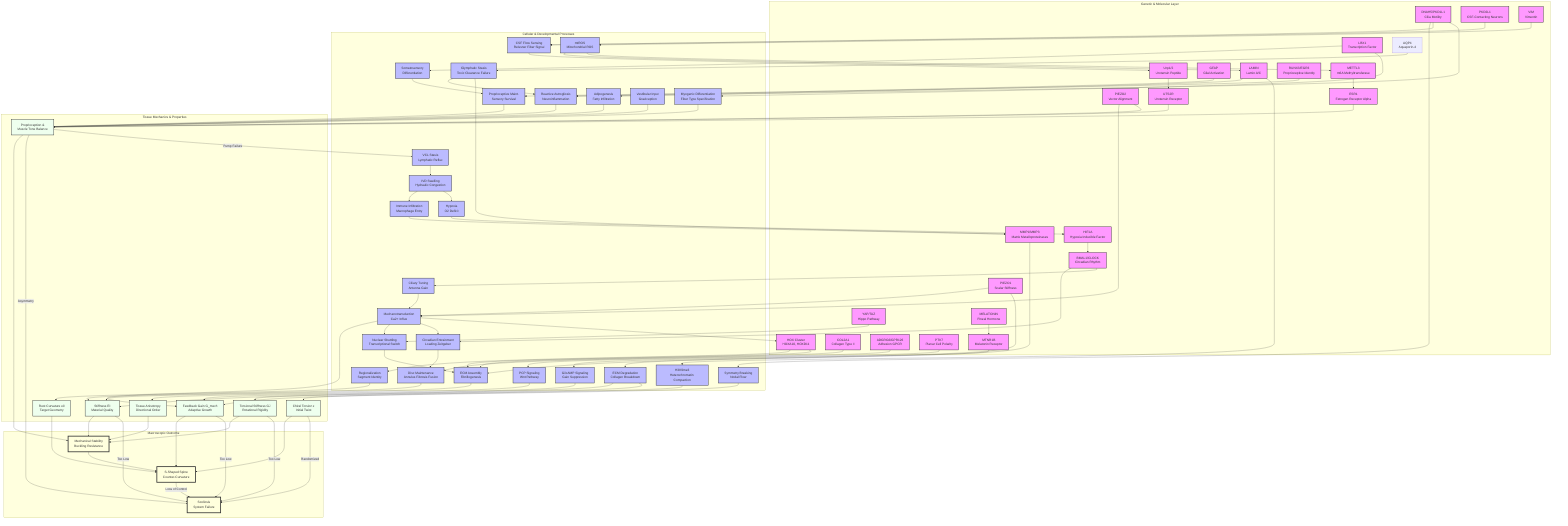
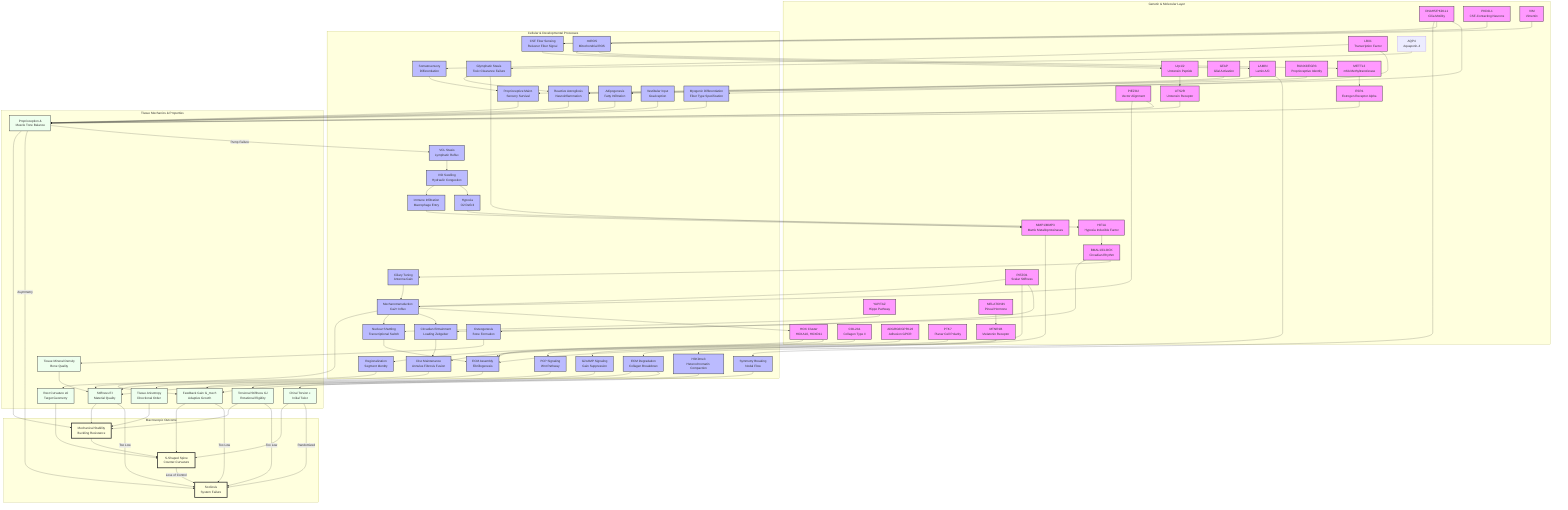
graph TD
    %% Subgraphs for Organization
    subgraph Genetics [Genetic & Molecular Layer]
        HOX[HOX Cluster<br/>HOXA10, HOXD11]
        COL[COL2A1<br/>Collagen Type II]
        PIEZO1[PIEZO1<br/>Scalar Stiffness]
        PIEZO2[PIEZO2<br/>Vector Alignment]
        CILIA[DNAH5/PKD1L1<br/>Cilia Motility]
        LBX1[LBX1<br/>Transcription Factor]
        ADGRG6[ADGRG6/GPR126<br/>Adhesion GPCR]
        PTK7[PTK7<br/>Planar Cell Polarity]
        YAP[YAP/TAZ<br/>Hippo Pathway]
        PKD2L1[PKD2L1<br/>CSF-Contacting Neurons]
        MMP[MMP1/MMP3<br/>Matrix Metalloproteinases]
        URP[Urp1/2<br/>Urotensin Peptide]
        UTS2R[UTS2R<br/>Urotensin Receptor]
        GFAP[GFAP<br/>Glial Activation]
        VIM[VIM<br/>Vimentin]
        LAMIN[LAMIN<br/>Lamin A/C]
        BMAL1[BMAL1/CLOCK<br/>Circadian Rhythm]
        RUNX3[RUNX3/EGR3<br/>Proprioceptive Identity]
        METTL3[METTL3<br/>m6A Methyltransferase]
        ESR1[ESR1<br/>Estrogen Receptor Alpha]
        AQP4[AQP4<br/>Aquaporin-4]
        MELATONIN[MELATONIN<br/>Pineal Hormone]
        MT2[MTNR1B<br/>Melatonin Receptor]
        HIF1A[HIF1A<br/>Hypoxia Inducible Factor]
    end

    subgraph Processes [Cellular & Developmental Processes]
        Astrogliosis[Reactive Astrogliosis<br/>Neuroinflammation]
        Region[Regionalization<br/>Segment Identity]
        ECM_Assembly[ECM Assembly<br/>Fibrillogenesis]
        Nucl_Shuttle[Nuclear Shuttling<br/>Transcriptional Switch]
        Mech_Trans[Mechanotransduction<br/>Ca2+ Influx]
        Sym_Break[Symmetry Breaking<br/>Nodal Flow]
        CSF_Sensing[CSF Flow Sensing<br/>Reissner Fiber Signal]
        Neur_Diff[Somatosensory<br/>Differentiation]
        Muscle_Diff[Myogenic Differentiation<br/>Fiber Type Specification]
        Disc_Maint[Disc Maintenance<br/>Annulus Fibrosis Fusion]
        PCP_Sig[PCP Signaling<br/>Wnt Pathway]
        Degradation[ECM Degradation<br/>Collagen Breakdown]
        mtROS[mtROS<br/>Mitochondrial ROS]
        Adipogenesis[Adipogenesis<br/>Fatty Infiltration]
        Hydraulic_Congestion[IVD Swelling<br/>Hydraulic Congestion]
        Immune_Infilt[Immune Infiltration<br/>Macrophage Entry]
        Circadian_Entrain[Circadian Entrainment<br/>Loading Zeitgeber]
        Proprio_Maint[Proprioceptive Maint.<br/>Sensory Survival]
        H3K9me3[H3K9me3<br/>Heterochromatin Compaction]
        VCL_Stasis[VCL Stasis<br/>Lymphatic Reflux]
        Glymphatic_Stasis[Glymphatic Stasis<br/>Toxic Clearance Failure]
        Vestibular_Input[Vestibular Input<br/>Graviception]
        Gi_cAMP[Gi/cAMP Signaling<br/>Gain Suppression]
        Ciliary_Tuning[Ciliary Tuning<br/>Antenna Gain]
        Hypoxia[Hypoxia<br/>O2 Deficit]
+         Osteogenesis[Osteogenesis<br/>Bone Formation]
    end

    subgraph Tissue [Tissue Mechanics & Properties]
        Rest_Kappa[Rest Curvature κ0<br/>Target Geometry]
        Stiffness[Stiffness EI<br/>Material Quality]
        Torsional_Stiffness[Torsional Stiffness GJ<br/>Rotational Rigidity]
        Gain[Feedback Gain G_mech<br/>Adaptive Growth]
        Torsion[Chiral Torsion ε<br/>Initial Twist]
        Muscle_Tone[Proprioception &<br/>Muscle Tone Balance]
        Anisotropy[Tissue Anisotropy<br/>Directional Order]
+         TMD[Tissue Mineral Density<br/>Bone Quality]
    end

    subgraph Outcome [Macroscopic Outcome]
        S_Curve[S-Shaped Spine<br/>Counter-Curvature]
        Stability[Mechanical Stability<br/>Buckling Resistance]
        Scoliosis[Scoliosis<br/>System Failure]
    end

    %% Connections
    HOX --> Region
    Region --> Rest_Kappa
    Rest_Kappa --> S_Curve

    COL --> ECM_Assembly
    ECM_Assembly --> Stiffness
    Stiffness --> Stability

    PIEZO1 --> Mech_Trans
    PIEZO2 --> Mech_Trans
    Mech_Trans --> Gain
    Gain --> S_Curve

    %% NEW ARC: Piezo Duality (Vector-Scalar Mismatch)
    PIEZO1 --> ECM_Assembly
    PIEZO2 --> Muscle_Tone

    CILIA --> Sym_Break
    Sym_Break --> Torsion
    Torsion --> S_Curve

    LBX1 --> Neur_Diff
    LBX1 --> Muscle_Diff
    Neur_Diff --> Proprio_Maint
    Proprio_Maint --> Muscle_Tone
    Muscle_Diff --> Muscle_Tone
    Muscle_Tone --> Stability

    %% NEW ARC: Proprioceptive Maintenance
    RUNX3 --> Proprio_Maint

    %% NEW ARC: ADGRG6
    ADGRG6 --> Disc_Maint
    Disc_Maint --> Stiffness

    %% NEW ARC: PTK7
    PTK7 --> PCP_Sig
    PCP_Sig --> Anisotropy
    Anisotropy --> Stability

    %% NEW ARC: YAP/TAZ
    YAP --> Nucl_Shuttle
    Nucl_Shuttle --> ECM_Assembly
    Mech_Trans --> Nucl_Shuttle

    %% NEW ARC: CSF/Reissner Fiber
    CILIA --> CSF_Sensing
    PKD2L1 --> CSF_Sensing
    CSF_Sensing --> URP
    URP --> UTS2R
    UTS2R --> Muscle_Tone

    %% NEW ARC: MMP Degradation
    MMP --> Degradation
    Degradation --> Stiffness

    %% NEW ARC: Neuro-Inflammatory Pathway
    CILIA --> Astrogliosis
    GFAP --> Astrogliosis
    Astrogliosis --> Muscle_Tone

    %% NEW ARC: Vimentin Metabolic Switch
    VIM --> mtROS
    mtROS --> LAMIN
    LAMIN --> Adipogenesis
    Adipogenesis --> Muscle_Tone

    %% NEW ARC: Inflamed Torsion
    Hydraulic_Congestion --> Immune_Infilt
    Immune_Infilt --> MMP
    Degradation --> Torsional_Stiffness
    Torsional_Stiffness --> Stability

    %% NEW ARC: Glymphatic Stasis
    AQP4 --> Glymphatic_Stasis
    Glymphatic_Stasis --> Astrogliosis

    %% NEW ARC: Glymphatic-MMP Axis (Chen et al., 2025)
    Glymphatic_Stasis --> MMP

    %% NEW ARC: Melatonin Gain Control
    MELATONIN --> MT2
    MT2 --> Gi_cAMP
    Gi_cAMP --> Gain

    %% NEW ARC: Vestibular Asymmetry
    Vestibular_Input --> Muscle_Tone

    %% Cross-Talk and Failures
    Stability --> S_Curve
    S_Curve -- "Loss of Control" --> Scoliosis
    Stiffness -- "Too Low" --> Scoliosis
    Torsional_Stiffness -- "Too Low" --> Scoliosis
    Gain -- "Too Low" --> Scoliosis
    Torsion -- "Randomized" --> Scoliosis
    Muscle_Tone -- "Asymmetry" --> Scoliosis

    %% Styling
    classDef gene fill:#f9f,stroke:#333,stroke-width:2px;
    classDef process fill:#bbf,stroke:#333,stroke-width:2px;
    classDef tissue fill:#efe,stroke:#333,stroke-width:2px;
    classDef outcome fill:#ffd,stroke:#333,stroke-width:4px;

    %% NEW ARC: Spinal Jetlag
    BMAL1 --> Circadian_Entrain
    Mech_Trans --> Circadian_Entrain
    Circadian_Entrain --> Disc_Maint

    %% NEW ARC: Tunable Antenna (Miyoshi et al., 2024)
    BMAL1 --> Ciliary_Tuning
    Ciliary_Tuning --> Mech_Trans

    %% NEW ARC: Epigenetic Asymmetry
    mtROS --> METTL3
    METTL3 --> ESR1
    ESR1 --> Muscle_Tone

    %% NEW ARC: Nuclear Stiffness (Scalar Senescence)
    LAMIN --> H3K9me3
    H3K9me3 --> Gain

    %% NEW ARC: Lymphatic Drainage Pathway (VCL)
    Muscle_Tone -- "Pump Failure" --> VCL_Stasis
    VCL_Stasis --> Hydraulic_Congestion

    %% NEW ARC: Hypoxic Clock Block (HIF1A)
    Hydraulic_Congestion --> Hypoxia
    Hypoxia --> HIF1A
    HIF1A --> BMAL1

    %% NEW ARC: Tension-Dependent Identity (HOX)
    Mech_Trans --> HOX
    HOX --> ECM_Assembly

+     %% NEW ARC: Bone Mineralization (Ramli et al., 2024)
+     PIEZO1 --> Osteogenesis
+     Osteogenesis --> TMD
+     TMD --> Stiffness
+ 
    class HOX,COL,PIEZO1,PIEZO2,CILIA,LBX1,ADGRG6,PTK7,YAP,PKD2L1,MMP,URP,UTS2R,GFAP,VIM,LAMIN,BMAL1,RUNX3,METTL3,ESR1,MELATONIN,MT2,HIF1A gene;
-     class Region,ECM_Assembly,Mech_Trans,Sym_Break,Neur_Diff,Muscle_Diff,Disc_Maint,PCP_Sig,Nucl_Shuttle,CSF_Sensing,Degradation,Astrogliosis,mtROS,Adipogenesis,Hydraulic_Congestion,Immune_Infilt,Circadian_Entrain,Proprio_Maint,H3K9me3,VCL_Stasis,Glymphatic_Stasis,Vestibular_Input,Gi_cAMP,Ciliary_Tuning,Hypoxia process;
-     class Rest_Kappa,Stiffness,Torsional_Stiffness,Gain,Torsion,Muscle_Tone,Anisotropy tissue;
+     class Region,ECM_Assembly,Mech_Trans,Sym_Break,Neur_Diff,Muscle_Diff,Disc_Maint,PCP_Sig,Nucl_Shuttle,CSF_Sensing,Degradation,Astrogliosis,mtROS,Adipogenesis,Hydraulic_Congestion,Immune_Infilt,Circadian_Entrain,Proprio_Maint,H3K9me3,VCL_Stasis,Glymphatic_Stasis,Vestibular_Input,Gi_cAMP,Ciliary_Tuning,Hypoxia,Osteogenesis process;
+     class Rest_Kappa,Stiffness,Torsional_Stiffness,Gain,Torsion,Muscle_Tone,Anisotropy,TMD tissue;
    class S_Curve,Stability,Scoliosis outcome;
